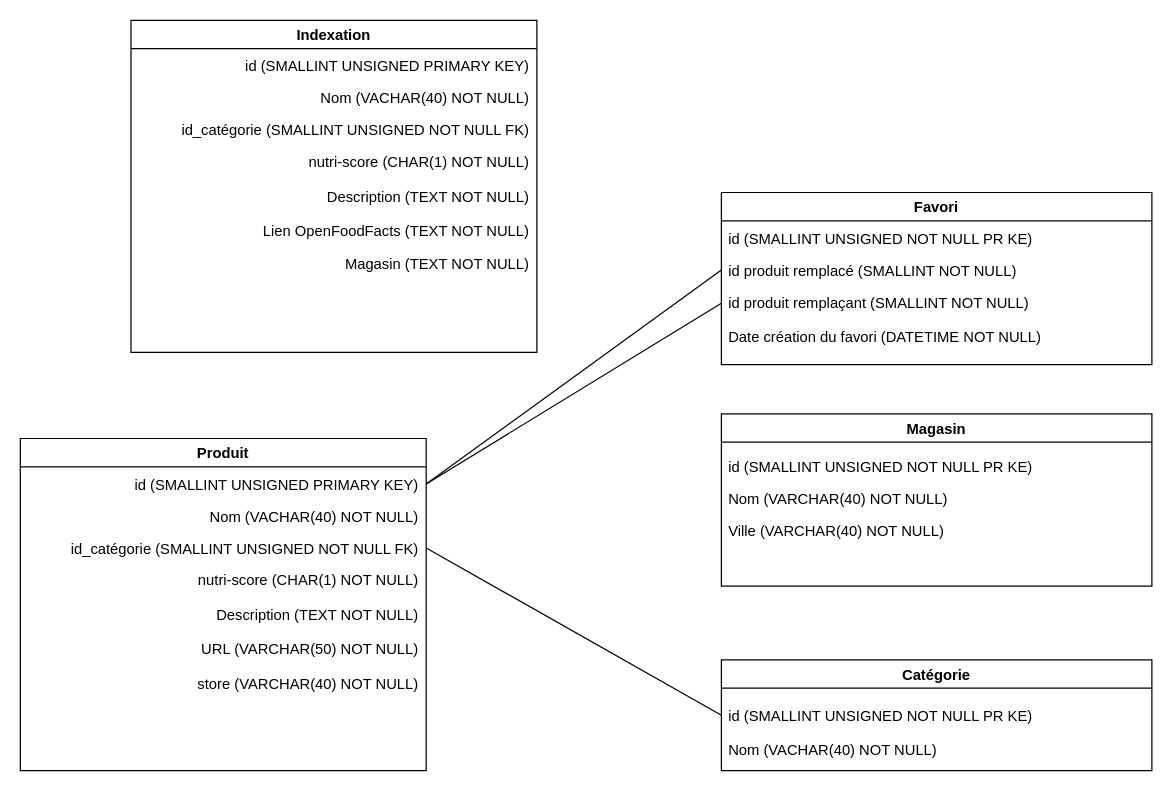
Above: OrgaBDD.drawio in vicsim181/Pur_Beurre (draw.io), before the change. Source tidied: cells renumbered, new cells numbered last; positions are measured from the earlier drawing's top-left corner, leaving out a move shared by most shapes. Both pictures are drawn from the tidied source at 123%, with x=0, y=0 at pixel (20, 20).
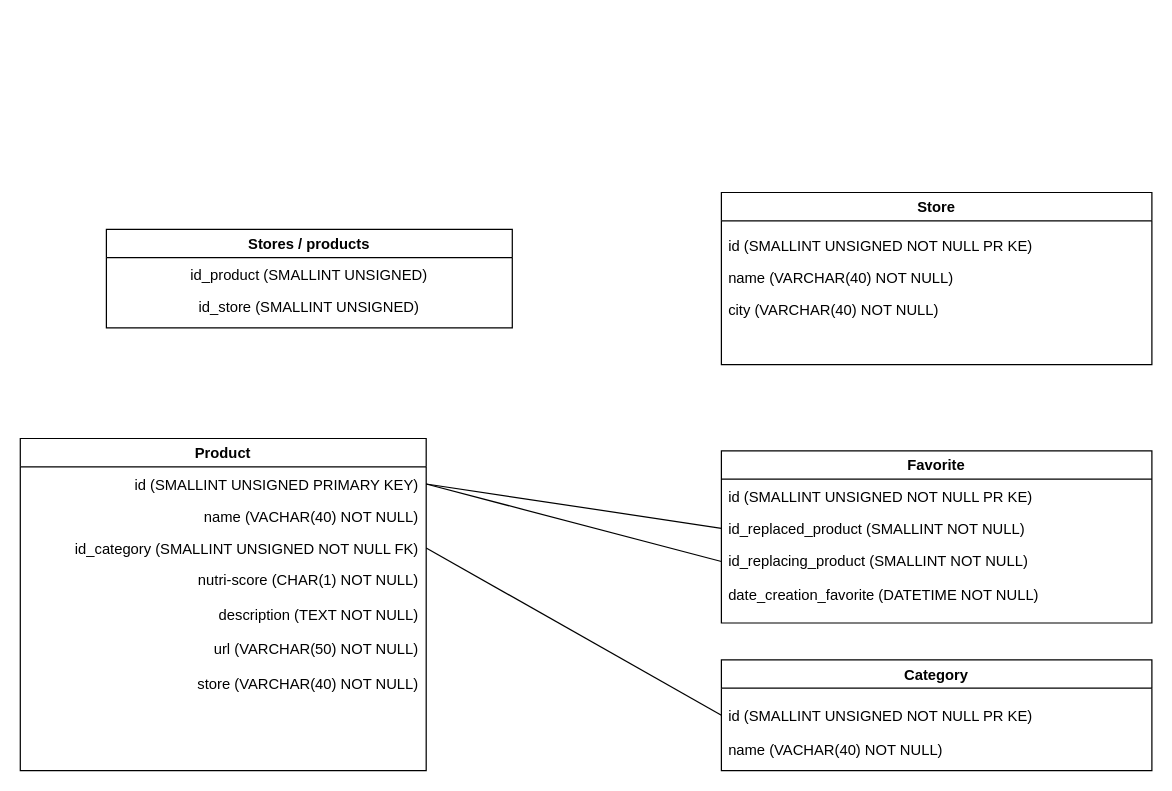
Above is the later version.

The edit, as a diff of the source:
```diff
@@
-    <mxCell id="2" value="Produit" style="swimlane;align=center;" parent="1" vertex="1">
+    <mxCell id="2" value="Product" style="swimlane;align=center;" parent="1" vertex="1">
       <mxGeometry y="340" width="330" height="270" as="geometry" />
     </mxCell>
-    <mxCell id="3" value="Nom (VACHAR(40) NOT NULL)" style="text;strokeColor=none;fillColor=none;align=right;verticalAlign=top;spacingLeft=4;spacingRight=4;overflow=hidden;" parent="2" vertex="1">
+    <mxCell id="3" value="name (VACHAR(40) NOT NULL)" style="text;strokeColor=none;fillColor=none;align=right;verticalAlign=top;spacingLeft=4;spacingRight=4;overflow=hidden;" parent="2" vertex="1">
       <mxGeometry y="50" width="330" height="26" as="geometry" />
     </mxCell>
-    <mxCell id="4" value="id_catégorie (SMALLINT UNSIGNED NOT NULL FK)" style="text;strokeColor=none;fillColor=none;align=right;verticalAlign=top;spacingLeft=4;spacingRight=4;overflow=hidden;points=[[0,0.5],[1,0.5]];portConstraint=eastwest;" parent="2" vertex="1">
+    <mxCell id="4" value="id_category (SMALLINT UNSIGNED NOT NULL FK)" style="text;strokeColor=none;fillColor=none;align=right;verticalAlign=top;spacingLeft=4;spacingRight=4;overflow=hidden;points=[[0,0.5],[1,0.5]];portConstraint=eastwest;" parent="2" vertex="1">
       <mxGeometry y="76" width="330" height="26" as="geometry" />
     </mxCell>
@@
-    <mxCell id="7" value="Description (TEXT NOT NULL)" style="text;strokeColor=none;fillColor=none;align=right;verticalAlign=top;spacingLeft=4;spacingRight=4;overflow=hidden;" parent="2" vertex="1">
+    <mxCell id="7" value="description (TEXT NOT NULL)" style="text;strokeColor=none;fillColor=none;align=right;verticalAlign=top;spacingLeft=4;spacingRight=4;overflow=hidden;" parent="2" vertex="1">
       <mxGeometry y="130" width="330" height="28" as="geometry" />
     </mxCell>
-    <mxCell id="8" value="URL (VARCHAR(50) NOT NULL)" style="text;strokeColor=none;fillColor=none;align=right;verticalAlign=top;spacingLeft=4;spacingRight=4;overflow=hidden;" parent="2" vertex="1">
+    <mxCell id="8" value="url (VARCHAR(50) NOT NULL)" style="text;strokeColor=none;fillColor=none;align=right;verticalAlign=top;spacingLeft=4;spacingRight=4;overflow=hidden;" parent="2" vertex="1">
       <mxGeometry y="158" width="330" height="28" as="geometry" />
     </mxCell>
@@
-    <mxCell id="10" value="Catégorie" style="swimlane;" parent="1" vertex="1">
+    <mxCell id="10" value="Category" style="swimlane;" parent="1" vertex="1">
       <mxGeometry x="570" y="520" width="350" height="90" as="geometry" />
     </mxCell>
-    <mxCell id="11" value="Nom (VACHAR(40) NOT NULL)" style="text;strokeColor=none;fillColor=none;align=left;verticalAlign=top;spacingLeft=4;spacingRight=4;overflow=hidden;" parent="10" vertex="1">
+    <mxCell id="11" value="name (VACHAR(40) NOT NULL)" style="text;strokeColor=none;fillColor=none;align=left;verticalAlign=top;spacingLeft=4;spacingRight=4;overflow=hidden;" parent="10" vertex="1">
       <mxGeometry y="60" width="330" height="26" as="geometry" />
     </mxCell>
@@
-    <mxCell id="13" value="Magasin" style="swimlane;" parent="1" vertex="1">
-      <mxGeometry x="570" y="320" width="350" height="140" as="geometry" />
+    <mxCell id="13" value="Store" style="swimlane;" parent="1" vertex="1">
+      <mxGeometry x="570" y="140" width="350" height="140" as="geometry" />
     </mxCell>
-    <mxCell id="14" value="Nom (VARCHAR(40) NOT NULL)" style="text;strokeColor=none;fillColor=none;align=left;verticalAlign=top;spacingLeft=4;spacingRight=4;overflow=hidden;" parent="13" vertex="1">
+    <mxCell id="14" value="name (VARCHAR(40) NOT NULL)" style="text;strokeColor=none;fillColor=none;align=left;verticalAlign=top;spacingLeft=4;spacingRight=4;overflow=hidden;" parent="13" vertex="1">
       <mxGeometry y="56" width="330" height="26" as="geometry" />
     </mxCell>
@@
-    <mxCell id="16" value="Ville (VARCHAR(40) NOT NULL)" style="text;strokeColor=none;fillColor=none;align=left;verticalAlign=top;spacingLeft=4;spacingRight=4;overflow=hidden;" parent="13" vertex="1">
+    <mxCell id="16" value="city (VARCHAR(40) NOT NULL)" style="text;strokeColor=none;fillColor=none;align=left;verticalAlign=top;spacingLeft=4;spacingRight=4;overflow=hidden;" parent="13" vertex="1">
       <mxGeometry y="82" width="330" height="28" as="geometry" />
     </mxCell>
-    <mxCell id="17" value="Favori" style="swimlane;" parent="1" vertex="1">
-      <mxGeometry x="570" y="140" width="350" height="140" as="geometry" />
+    <mxCell id="17" value="Favorite" style="swimlane;" parent="1" vertex="1">
+      <mxGeometry x="570" y="350" width="350" height="140" as="geometry" />
     </mxCell>
-    <mxCell id="18" value="id produit remplaçant (SMALLINT NOT NULL)" style="text;strokeColor=none;fillColor=none;align=left;verticalAlign=top;spacingLeft=4;spacingRight=4;overflow=hidden;points=[[0,0.5],[1,0.5]];portConstraint=eastwest;" parent="17" vertex="1">
+    <mxCell id="18" value="id_replacing_product (SMALLINT NOT NULL)" style="text;strokeColor=none;fillColor=none;align=left;verticalAlign=top;spacingLeft=4;spacingRight=4;overflow=hidden;points=[[0,0.5],[1,0.5]];portConstraint=eastwest;" parent="17" vertex="1">
       <mxGeometry y="76" width="330" height="28" as="geometry" />
     </mxCell>
-    <mxCell id="19" value="id produit remplacé (SMALLINT NOT NULL)" style="text;strokeColor=none;fillColor=none;align=left;verticalAlign=top;spacingLeft=4;spacingRight=4;overflow=hidden;points=[[0,0.5],[1,0.5]];portConstraint=eastwest;" parent="17" vertex="1">
+    <mxCell id="19" value="id_replaced_product (SMALLINT NOT NULL)" style="text;strokeColor=none;fillColor=none;align=left;verticalAlign=top;spacingLeft=4;spacingRight=4;overflow=hidden;points=[[0,0.5],[1,0.5]];portConstraint=eastwest;" parent="17" vertex="1">
       <mxGeometry y="50" width="330" height="26" as="geometry" />
     </mxCell>
-    <mxCell id="20" value="Date création du favori (DATETIME NOT NULL)" style="text;strokeColor=none;fillColor=none;align=left;verticalAlign=top;spacingLeft=4;spacingRight=4;overflow=hidden;" parent="17" vertex="1">
+    <mxCell id="20" value="date_creation_favorite (DATETIME NOT NULL)" style="text;strokeColor=none;fillColor=none;align=left;verticalAlign=top;spacingLeft=4;spacingRight=4;overflow=hidden;" parent="17" vertex="1">
       <mxGeometry y="104" width="330" height="26" as="geometry" />
     </mxCell>
@@
-    <mxCell id="25" value="Indexation" style="swimlane;align=center;" parent="1" vertex="1">
-      <mxGeometry x="90" width="330" height="270" as="geometry" />
+    <mxCell id="25" value="Stores / products" style="swimlane;align=center;" parent="1" vertex="1">
+      <mxGeometry x="70" y="170" width="330" height="80" as="geometry" />
     </mxCell>
-    <mxCell id="26" value="Nom (VACHAR(40) NOT NULL)" style="text;strokeColor=none;fillColor=none;align=right;verticalAlign=top;spacingLeft=4;spacingRight=4;overflow=hidden;" parent="25" vertex="1">
-      <mxGeometry y="50" width="330" height="26" as="geometry" />
-    </mxCell>
-    <mxCell id="27" value="id_catégorie (SMALLINT UNSIGNED NOT NULL FK)" style="text;strokeColor=none;fillColor=none;align=right;verticalAlign=top;spacingLeft=4;spacingRight=4;overflow=hidden;" parent="25" vertex="1">
-      <mxGeometry y="76" width="330" height="26" as="geometry" />
-    </mxCell>
-    <mxCell id="28" value="nutri-score (CHAR(1) NOT NULL)" style="text;strokeColor=none;fillColor=none;align=right;verticalAlign=top;spacingLeft=4;spacingRight=4;overflow=hidden;" parent="25" vertex="1">
-      <mxGeometry y="102" width="330" height="28" as="geometry" />
-    </mxCell>
-    <mxCell id="29" value="id (SMALLINT UNSIGNED PRIMARY KEY)" style="text;strokeColor=none;fillColor=none;align=right;verticalAlign=top;spacingLeft=4;spacingRight=4;overflow=hidden;" parent="25" vertex="1">
+    <mxCell id="29" value="id_product (SMALLINT UNSIGNED)" style="text;strokeColor=none;fillColor=none;align=center;verticalAlign=top;spacingLeft=4;spacingRight=4;overflow=hidden;" parent="25" vertex="1">
       <mxGeometry y="24" width="330" height="26" as="geometry" />
     </mxCell>
-    <mxCell id="30" value="Description (TEXT NOT NULL)" style="text;strokeColor=none;fillColor=none;align=right;verticalAlign=top;spacingLeft=4;spacingRight=4;overflow=hidden;" parent="25" vertex="1">
-      <mxGeometry y="130" width="330" height="28" as="geometry" />
-    </mxCell>
-    <mxCell id="31" value="Lien OpenFoodFacts (TEXT NOT NULL)" style="text;strokeColor=none;fillColor=none;align=right;verticalAlign=top;spacingLeft=4;spacingRight=4;overflow=hidden;" parent="25" vertex="1">
-      <mxGeometry y="158" width="330" height="28" as="geometry" />
-    </mxCell>
-    <mxCell id="32" value="Magasin (TEXT NOT NULL)" style="text;strokeColor=none;fillColor=none;align=right;verticalAlign=top;spacingLeft=4;spacingRight=4;overflow=hidden;" parent="25" vertex="1">
-      <mxGeometry y="185" width="330" height="28" as="geometry" />
-    </mxCell>
+    <mxCell id="33" value="id_store (SMALLINT UNSIGNED)" style="text;strokeColor=none;fillColor=none;align=center;verticalAlign=top;spacingLeft=4;spacingRight=4;overflow=hidden;" parent="25" vertex="1">
+      <mxGeometry y="50" width="330" height="26" as="geometry" />
+    </mxCell>
```
